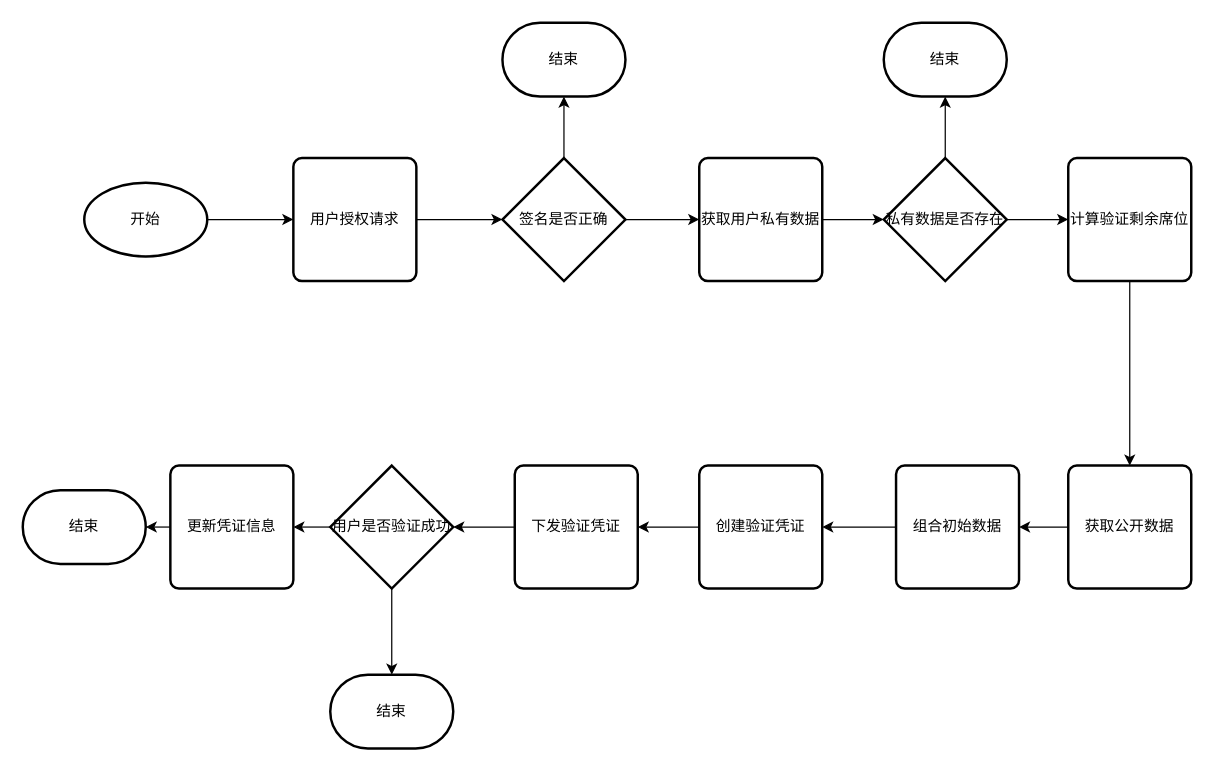
Above: page "验证码流程图" (2 of 11) of 申请流程.drawio in xymtop/draw (draw.io), before the change. Source tidied: cells renumbered, new cells numbered last; positions are measured from the earlier drawing's top-left corner, leaving out a move shared by most shapes. Both pictures are drawn from the tidied source at 123%, with x=0, y=0 at pixel (22, 22).
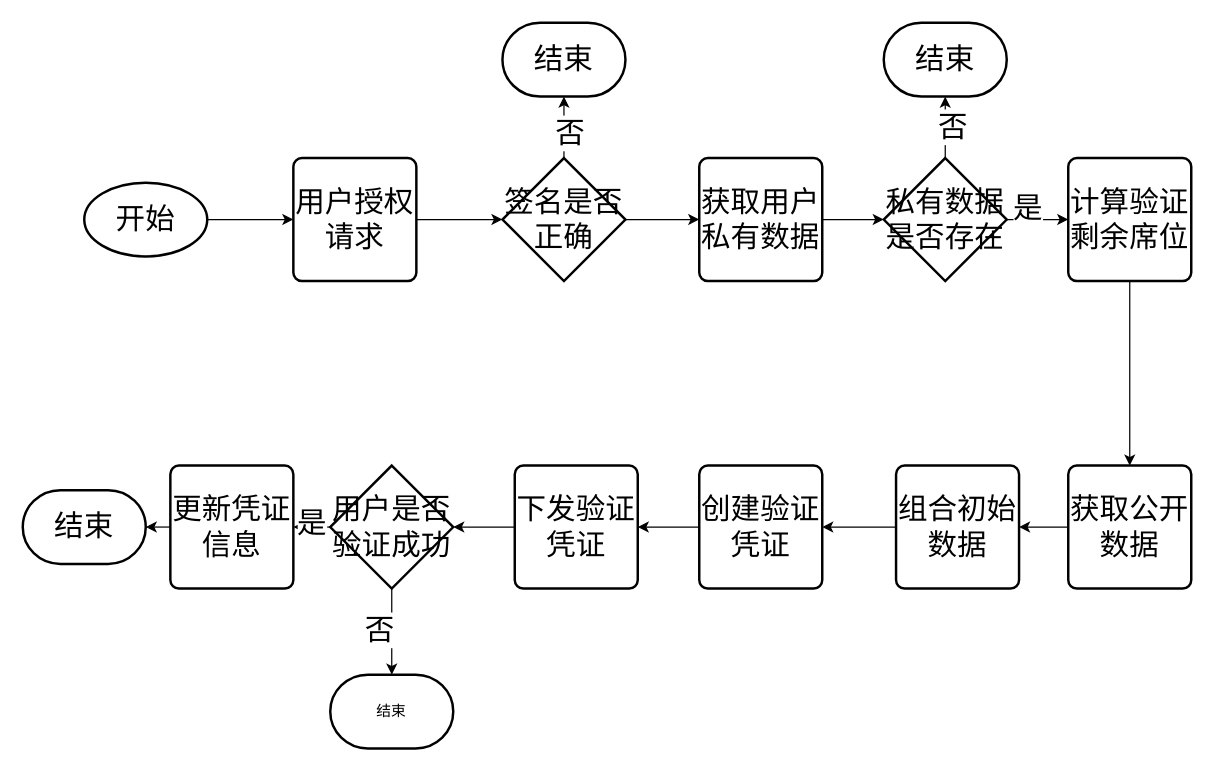
The same page after the edit.

Unchanged cells that the change refers to:
```xml
<mxCell id="19" style="edgeStyle=orthogonalEdgeStyle;rounded=0;jettySize=auto;html=1;exitX=0;exitY=0.5;exitDx=0;exitDy=0;exitPerimeter=0;entryX=1;entryY=0.5;entryDx=0;entryDy=0;" parent="1" edge="1" source="21" target="22">
  <mxGeometry relative="1" as="geometry" />
</mxCell>
<mxCell id="29" style="edgeStyle=orthogonalEdgeStyle;rounded=0;jettySize=auto;html=1;exitX=0.5;exitY=0;exitDx=0;exitDy=0;exitPerimeter=0;entryX=0.5;entryY=1;entryDx=0;entryDy=0;entryPerimeter=0;" parent="1" edge="1" source="6" target="28">
  <mxGeometry relative="1" as="geometry" />
</mxCell>
```

What changed in the source:
```diff
@@
-    <mxCell id="3" value="开始" style="strokeWidth=2;html=1;shape=mxgraph.flowchart.start_1;whiteSpace=wrap;" parent="1" vertex="1">
+    <mxCell id="3" value="&lt;font style=&quot;font-size: 24px;&quot;&gt;开始&lt;/font&gt;" style="strokeWidth=2;html=1;shape=mxgraph.flowchart.start_1;whiteSpace=wrap;" parent="1" vertex="1">
       <mxGeometry x="50" y="130" width="100" height="60" as="geometry" />
     </mxCell>
-    <mxCell id="4" value="用户授权请求" style="rounded=1;whiteSpace=wrap;html=1;absoluteArcSize=1;arcSize=14;strokeWidth=2;" parent="1" vertex="1">
+    <mxCell id="4" value="&lt;font style=&quot;font-size: 24px;&quot;&gt;用户授权请求&lt;/font&gt;" style="rounded=1;whiteSpace=wrap;html=1;absoluteArcSize=1;arcSize=14;strokeWidth=2;" parent="1" vertex="1">
       <mxGeometry x="220" y="110" width="100" height="100" as="geometry" />
     </mxCell>
@@
-    <mxCell id="6" value="签名是否正确" style="strokeWidth=2;html=1;shape=mxgraph.flowchart.decision;whiteSpace=wrap;" parent="1" vertex="1">
+    <mxCell id="6" value="&lt;font style=&quot;font-size: 24px;&quot;&gt;签名是否正确&lt;/font&gt;" style="strokeWidth=2;html=1;shape=mxgraph.flowchart.decision;whiteSpace=wrap;" parent="1" vertex="1">
       <mxGeometry x="390" y="110" width="100" height="100" as="geometry" />
     </mxCell>
-    <mxCell id="7" value="获取用户私有数据" style="rounded=1;whiteSpace=wrap;html=1;absoluteArcSize=1;arcSize=14;strokeWidth=2;" parent="1" vertex="1">
+    <mxCell id="7" value="&lt;font style=&quot;font-size: 24px;&quot;&gt;获取用户私有数据&lt;/font&gt;" style="rounded=1;whiteSpace=wrap;html=1;absoluteArcSize=1;arcSize=14;strokeWidth=2;" parent="1" vertex="1">
       <mxGeometry x="550" y="110" width="100" height="100" as="geometry" />
     </mxCell>
@@
-    <mxCell id="9" value="私有数据是否存在" style="strokeWidth=2;html=1;shape=mxgraph.flowchart.decision;whiteSpace=wrap;" parent="1" vertex="1">
+    <mxCell id="9" value="&lt;font style=&quot;font-size: 24px;&quot;&gt;私有数据是否存在&lt;/font&gt;" style="strokeWidth=2;html=1;shape=mxgraph.flowchart.decision;whiteSpace=wrap;" parent="1" vertex="1">
       <mxGeometry x="700" y="110" width="100" height="100" as="geometry" />
     </mxCell>
@@
-    <mxCell id="11" value="计算验证剩余席位" style="rounded=1;whiteSpace=wrap;html=1;absoluteArcSize=1;arcSize=14;strokeWidth=2;" parent="1" vertex="1">
+    <mxCell id="11" value="&lt;font style=&quot;font-size: 24px;&quot;&gt;计算验证剩余席位&lt;/font&gt;" style="rounded=1;whiteSpace=wrap;html=1;absoluteArcSize=1;arcSize=14;strokeWidth=2;" parent="1" vertex="1">
       <mxGeometry x="850" y="110" width="100" height="100" as="geometry" />
     </mxCell>
@@
-    <mxCell id="13" value="获取公开数据" style="rounded=1;whiteSpace=wrap;html=1;absoluteArcSize=1;arcSize=14;strokeWidth=2;" parent="1" vertex="1">
+    <mxCell id="13" value="&lt;font style=&quot;font-size: 24px;&quot;&gt;获取公开数据&lt;/font&gt;" style="rounded=1;whiteSpace=wrap;html=1;absoluteArcSize=1;arcSize=14;strokeWidth=2;" parent="1" vertex="1">
       <mxGeometry x="850" y="360" width="100" height="100" as="geometry" />
     </mxCell>
@@
-    <mxCell id="15" value="组合初始数据" style="rounded=1;whiteSpace=wrap;html=1;absoluteArcSize=1;arcSize=14;strokeWidth=2;" parent="1" vertex="1">
+    <mxCell id="15" value="&lt;font style=&quot;font-size: 24px;&quot;&gt;组合初始数据&lt;/font&gt;" style="rounded=1;whiteSpace=wrap;html=1;absoluteArcSize=1;arcSize=14;strokeWidth=2;" parent="1" vertex="1">
       <mxGeometry x="710" y="360" width="100" height="100" as="geometry" />
     </mxCell>
@@
-    <mxCell id="17" value="创建验证凭证" style="rounded=1;whiteSpace=wrap;html=1;absoluteArcSize=1;arcSize=14;strokeWidth=2;" parent="1" vertex="1">
+    <mxCell id="17" value="&lt;font style=&quot;font-size: 24px;&quot;&gt;创建验证凭证&lt;/font&gt;" style="rounded=1;whiteSpace=wrap;html=1;absoluteArcSize=1;arcSize=14;strokeWidth=2;" parent="1" vertex="1">
       <mxGeometry x="550" y="360" width="100" height="100" as="geometry" />
     </mxCell>
-    <mxCell id="18" value="下发验证凭证" style="rounded=1;whiteSpace=wrap;html=1;absoluteArcSize=1;arcSize=14;strokeWidth=2;" parent="1" vertex="1">
+    <mxCell id="18" value="&lt;font style=&quot;font-size: 24px;&quot;&gt;下发验证凭证&lt;/font&gt;" style="rounded=1;whiteSpace=wrap;html=1;absoluteArcSize=1;arcSize=14;strokeWidth=2;" parent="1" vertex="1">
       <mxGeometry x="400" y="360" width="100" height="100" as="geometry" />
     </mxCell>
@@
+    <mxCell id="33" value="&lt;font style=&quot;font-size: 24px;&quot;&gt;是&lt;/font&gt;" style="edgeLabel;html=1;align=center;verticalAlign=middle;" parent="19" vertex="1">
+      <mxGeometry x="0.07" y="-4" relative="1" as="geometry" />
+    </mxCell>
@@
-    <mxCell id="21" value="用户是否验证成功" style="strokeWidth=2;html=1;shape=mxgraph.flowchart.decision;whiteSpace=wrap;" parent="1" vertex="1">
+    <mxCell id="21" value="&lt;font style=&quot;font-size: 24px;&quot;&gt;用户是否验证成功&lt;/font&gt;" style="strokeWidth=2;html=1;shape=mxgraph.flowchart.decision;whiteSpace=wrap;" parent="1" vertex="1">
       <mxGeometry x="250" y="360" width="100" height="100" as="geometry" />
     </mxCell>
-    <mxCell id="22" value="更新凭证信息" style="rounded=1;whiteSpace=wrap;html=1;absoluteArcSize=1;arcSize=14;strokeWidth=2;" parent="1" vertex="1">
+    <mxCell id="22" value="&lt;font style=&quot;font-size: 24px;&quot;&gt;更新凭证信息&lt;/font&gt;" style="rounded=1;whiteSpace=wrap;html=1;absoluteArcSize=1;arcSize=14;strokeWidth=2;" parent="1" vertex="1">
       <mxGeometry x="120" y="360" width="100" height="100" as="geometry" />
     </mxCell>
@@
-    <mxCell id="26" value="结束" style="strokeWidth=2;html=1;shape=mxgraph.flowchart.terminator;whiteSpace=wrap;" parent="1" vertex="1">
+    <mxCell id="26" value="&lt;font style=&quot;font-size: 24px;&quot;&gt;结束&lt;/font&gt;" style="strokeWidth=2;html=1;shape=mxgraph.flowchart.terminator;whiteSpace=wrap;" parent="1" vertex="1">
       <mxGeometry y="380" width="100" height="60" as="geometry" />
     </mxCell>
@@
-    <mxCell id="28" value="结束" style="strokeWidth=2;html=1;shape=mxgraph.flowchart.terminator;whiteSpace=wrap;" parent="1" vertex="1">
+    <mxCell id="28" value="&lt;font style=&quot;font-size: 24px;&quot;&gt;结束&lt;/font&gt;" style="strokeWidth=2;html=1;shape=mxgraph.flowchart.terminator;whiteSpace=wrap;" parent="1" vertex="1">
       <mxGeometry x="390" width="100" height="60" as="geometry" />
     </mxCell>
@@
+    <mxCell id="34" value="&lt;font style=&quot;font-size: 24px;&quot;&gt;否&lt;/font&gt;" style="edgeLabel;html=1;align=center;verticalAlign=middle;" parent="29" vertex="1">
+      <mxGeometry x="-0.16" y="-4" relative="1" as="geometry" />
+    </mxCell>
-    <mxCell id="30" value="结束" style="strokeWidth=2;html=1;shape=mxgraph.flowchart.terminator;whiteSpace=wrap;" parent="1" vertex="1">
+    <mxCell id="30" value="&lt;font style=&quot;font-size: 24px;&quot;&gt;结束&lt;/font&gt;" style="strokeWidth=2;html=1;shape=mxgraph.flowchart.terminator;whiteSpace=wrap;" parent="1" vertex="1">
       <mxGeometry x="700" width="100" height="60" as="geometry" />
     </mxCell>
@@
+    <mxCell id="35" value="&lt;font style=&quot;font-size: 24px;&quot;&gt;否&lt;/font&gt;" style="edgeLabel;html=1;align=center;verticalAlign=middle;" parent="1" vertex="1">
+      <mxGeometry x="454" y="98.6" as="geometry">
+        <mxPoint x="-165" y="395" as="offset" />
+      </mxGeometry>
+    </mxCell>
+    <mxCell id="36" value="&lt;font style=&quot;font-size: 24px;&quot;&gt;否&lt;/font&gt;" style="edgeLabel;html=1;align=center;verticalAlign=middle;" parent="1" vertex="1">
+      <mxGeometry x="464" y="108.6" as="geometry">
+        <mxPoint x="291" y="-24" as="offset" />
+      </mxGeometry>
+    </mxCell>
+    <mxCell id="37" value="&lt;font style=&quot;font-size: 24px;&quot;&gt;是&lt;/font&gt;" style="edgeLabel;html=1;align=center;verticalAlign=middle;" parent="1" vertex="1">
+      <mxGeometry x="244.3" y="416" as="geometry">
+        <mxPoint x="572" y="-266" as="offset" />
+      </mxGeometry>
+    </mxCell>
```
